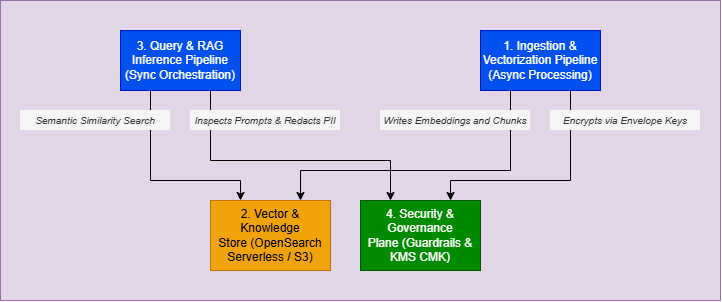
This is images/05_01_building_block_view.drawio.png from TanguyCarpaye/secure-rag, a draw.io export, as it was before one commit. Source tidied: cells renumbered, new cells last; positions are measured from the earlier drawing's top-left corner, leaving out a move shared by most shapes. Source of this version:
```xml
<mxGraphModel>
  <root>
    <mxCell id="0" />
    <mxCell id="1" parent="0" />
    <mxCell id="2" style="rounded=0;whiteSpace=wrap;html=1;fillColor=#e1d5e7;strokeColor=#9673a6;" parent="1" vertex="1">
      <mxGeometry width="720" height="300" as="geometry" />
    </mxCell>
    <mxCell id="3" value="1. Ingestion &amp;amp; Vectorization Pipeline (Async Processing)" style="rounded=0;whiteSpace=wrap;html=1;fillColor=#0050ef;fontColor=#ffffff;strokeColor=#001DBC;" parent="1" vertex="1">
      <mxGeometry x="480" y="30" width="120" height="60" as="geometry" />
    </mxCell>
    <mxCell id="4" value="3. Query &amp;amp; RAG Inference Pipeline (Sync Orchestration)" style="rounded=0;whiteSpace=wrap;html=1;fillColor=#0050ef;fontColor=#ffffff;strokeColor=#001DBC;" parent="1" vertex="1">
      <mxGeometry x="120" y="30" width="120" height="60" as="geometry" />
    </mxCell>
    <mxCell id="5" value="4. Security &amp;amp; Governance Plane&amp;nbsp;(Guardrails &amp;amp; KMS CMK)" style="rounded=0;whiteSpace=wrap;html=1;fillColor=#008a00;fontColor=#ffffff;strokeColor=#005700;" parent="1" vertex="1">
      <mxGeometry x="360" y="200" width="120" height="70" as="geometry" />
    </mxCell>
    <mxCell id="6" value="2. Vector &amp;amp; Knowledge Store&amp;nbsp;(OpenSearch Serverless / S3)" style="rounded=0;whiteSpace=wrap;html=1;fillColor=#f0a30a;strokeColor=#BD7000;fontColor=#000000;" parent="1" vertex="1">
      <mxGeometry x="210" y="200" width="120" height="70" as="geometry" />
    </mxCell>
    <mxCell id="7" style="endArrow=classic;html=1;rounded=0;edgeStyle=orthogonalEdgeStyle;exitX=0.25;exitY=1;exitDx=0;exitDy=0;entryX=0.25;entryY=0;entryDx=0;entryDy=0;" parent="1" edge="1" source="4" target="6">
      <mxGeometry relative="1" as="geometry">
        <Array as="points">
          <mxPoint x="150" y="180" />
          <mxPoint x="240" y="180" />
        </Array>
      </mxGeometry>
    </mxCell>
    <mxCell id="8" style="endArrow=classic;html=1;rounded=0;edgeStyle=orthogonalEdgeStyle;exitX=0.75;exitY=1;exitDx=0;exitDy=0;entryX=0.25;entryY=0;entryDx=0;entryDy=0;" parent="1" edge="1" source="4" target="5">
      <mxGeometry relative="1" as="geometry">
        <Array as="points">
          <mxPoint x="210" y="160" />
          <mxPoint x="390" y="160" />
        </Array>
      </mxGeometry>
    </mxCell>
    <mxCell id="9" style="endArrow=classic;html=1;rounded=0;edgeStyle=orthogonalEdgeStyle;exitX=0.25;exitY=1;exitDx=0;exitDy=0;entryX=0.75;entryY=0;entryDx=0;entryDy=0;" parent="1" edge="1" source="3" target="6">
      <mxGeometry relative="1" as="geometry">
        <Array as="points">
          <mxPoint x="510" y="170" />
          <mxPoint x="300" y="170" />
        </Array>
      </mxGeometry>
    </mxCell>
    <mxCell id="10" style="endArrow=classic;html=1;rounded=0;edgeStyle=orthogonalEdgeStyle;exitX=0.75;exitY=1;exitDx=0;exitDy=0;entryX=0.75;entryY=0;entryDx=0;entryDy=0;" parent="1" edge="1" source="3" target="5">
      <mxGeometry relative="1" as="geometry">
        <Array as="points">
          <mxPoint x="570" y="180" />
          <mxPoint x="450" y="180" />
        </Array>
      </mxGeometry>
    </mxCell>
    <mxCell id="11" value="Writes Embeddings and Chunks" style="rounded=0;whiteSpace=wrap;html=1;strokeColor=none;fillColor=#f5f5f5;fontColor=#333333;fontSize=10;fontStyle=2;" parent="1" vertex="1">
      <mxGeometry x="380" y="110" width="150" height="20" as="geometry" />
    </mxCell>
    <mxCell id="12" value="Encrypts via Envelope Keys" style="rounded=0;whiteSpace=wrap;html=1;strokeColor=none;fillColor=#f5f5f5;fontColor=#333333;fontSize=10;fontStyle=2;" parent="1" vertex="1">
      <mxGeometry x="550" y="110" width="150" height="20" as="geometry" />
    </mxCell>
    <mxCell id="13" value="Semantic Similarity Search" style="rounded=0;whiteSpace=wrap;html=1;strokeColor=none;fillColor=#f5f5f5;fontColor=#333333;fontSize=10;fontStyle=2;" parent="1" vertex="1">
      <mxGeometry x="20" y="110" width="150" height="20" as="geometry" />
    </mxCell>
    <mxCell id="14" value="Inspects Prompts &amp;amp; Redacts PII" style="rounded=0;whiteSpace=wrap;html=1;strokeColor=none;fillColor=#f5f5f5;fontColor=#333333;fontSize=10;fontStyle=2;" parent="1" vertex="1">
      <mxGeometry x="190" y="110" width="150" height="20" as="geometry" />
    </mxCell>
  </root>
</mxGraphModel>
```
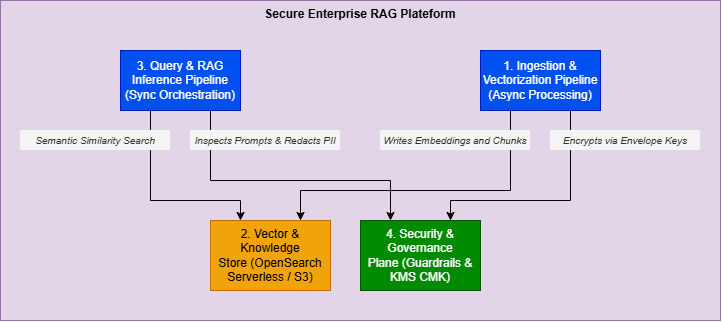
After the change.

Commit message:
Mettre à jour 05_01_building_block_view.drawio.png

Diff of the diagram source:
```diff
@@ -2,8 +2,8 @@
   <root>
     <mxCell id="0" />
     <mxCell id="1" parent="0" />
-    <mxCell id="2" style="rounded=0;whiteSpace=wrap;html=1;fillColor=#e1d5e7;strokeColor=#9673a6;" parent="1" vertex="1">
-      <mxGeometry width="720" height="300" as="geometry" />
+    <mxCell id="2" value="&lt;b&gt;Secure Enterprise RAG Plateform&lt;/b&gt;" style="rounded=0;whiteSpace=wrap;html=1;fillColor=#e1d5e7;strokeColor=#9673a6;verticalAlign=top;" parent="1" vertex="1">
+      <mxGeometry y="-20" width="720" height="320" as="geometry" />
     </mxCell>
     <mxCell id="3" value="1. Ingestion &amp;amp; Vectorization Pipeline (Async Processing)" style="rounded=0;whiteSpace=wrap;html=1;fillColor=#0050ef;fontColor=#ffffff;strokeColor=#001DBC;" parent="1" vertex="1">
       <mxGeometry x="480" y="30" width="120" height="60" as="geometry" />
```
